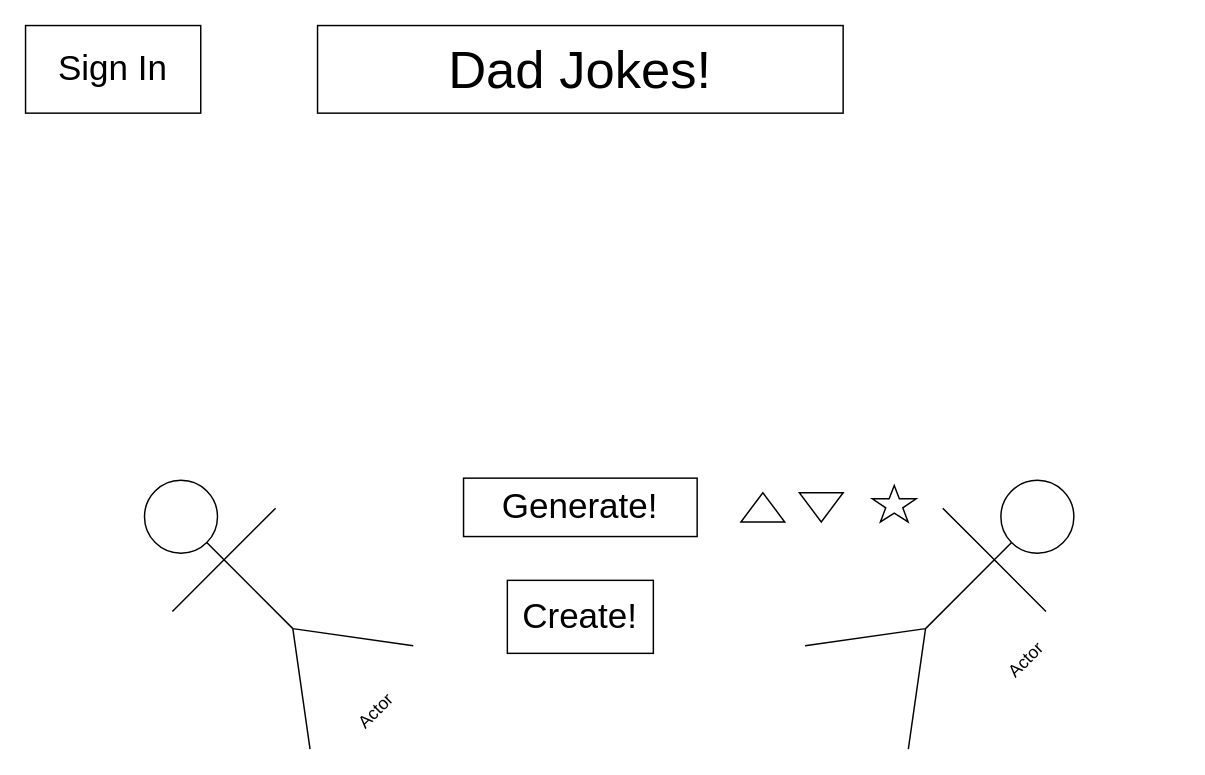
This is P2-Project_Outline/Wireframe Dad Jokes Diagram.drawio from jlin9695/liftoff-assignments, a draw.io file, before an edit. Source tidied: cells renumbered, new cells numbered last; positions are measured from the earlier drawing's top-left corner, leaving out a move shared by most shapes. Both pictures are drawn from the tidied source at 146%, with x=0, y=0 at pixel (25, 25).
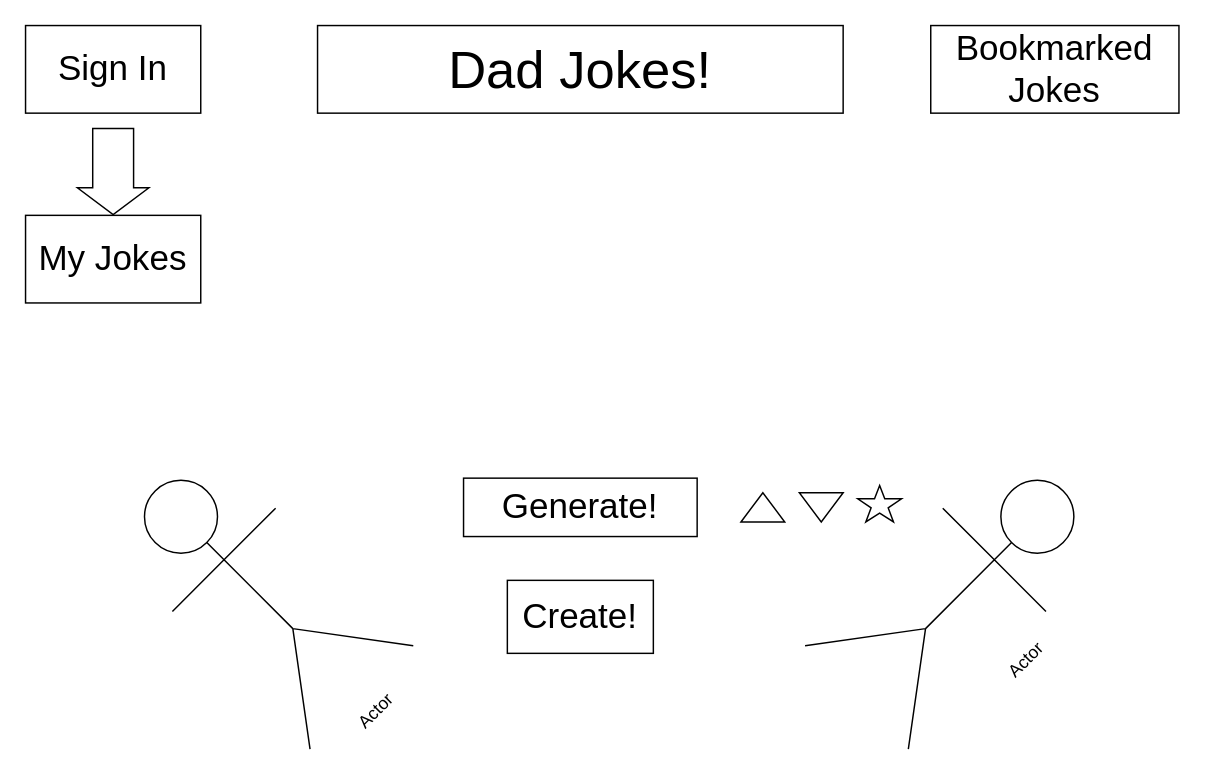
After the change.

The edit, as a diff of the source:
```diff
@@
 <mxGraphModel>
   <root>
     <mxCell id="0" />
     <mxCell id="1" parent="0" />
     <mxCell id="2" value="&lt;font style=&quot;font-size: 24px;&quot;&gt;Generate!&lt;/font&gt;" style="rounded=0;whiteSpace=wrap;html=1;" parent="1" vertex="1">
       <mxGeometry x="300" y="310" width="160" height="40" as="geometry" />
     </mxCell>
     <mxCell id="3" value="&lt;font style=&quot;font-size: 24px;&quot;&gt;Create!&lt;/font&gt;" style="rounded=0;whiteSpace=wrap;html=1;" parent="1" vertex="1">
       <mxGeometry x="330" y="380" width="100" height="50" as="geometry" />
     </mxCell>
     <mxCell id="4" value="&lt;font style=&quot;font-size: 36px;&quot;&gt;Dad Jokes!&lt;br&gt;&lt;/font&gt;" style="rounded=0;whiteSpace=wrap;html=1;" parent="1" vertex="1">
       <mxGeometry x="200" width="360" height="60" as="geometry" />
     </mxCell>
     <mxCell id="5" value="Actor" style="shape=umlActor;verticalLabelPosition=bottom;verticalAlign=top;html=1;rotation=-45;direction=east;" parent="1" vertex="1">
       <mxGeometry x="109.5" y="289.5" width="100" height="200" as="geometry" />
     </mxCell>
     <mxCell id="6" value="&lt;font style=&quot;font-size: 24px;&quot;&gt;Sign In&lt;/font&gt;" style="rounded=0;whiteSpace=wrap;html=1;" parent="1" vertex="1">
       <mxGeometry width="120" height="60" as="geometry" />
     </mxCell>
     <mxCell id="7" value="Actor" style="shape=umlActor;verticalLabelPosition=bottom;verticalAlign=top;html=1;rotation=-45;direction=south;" parent="1" vertex="1">
       <mxGeometry x="540" y="339.5" width="200" height="100" as="geometry" />
     </mxCell>
     <mxCell id="8" style="triangle;whiteSpace=wrap;html=1;direction=north;" parent="1" vertex="1">
       <mxGeometry x="490" y="320" width="30" height="20" as="geometry" />
     </mxCell>
     <mxCell id="9" style="triangle;whiteSpace=wrap;html=1;direction=south;" parent="1" vertex="1">
       <mxGeometry x="530" y="320" width="30" height="20" as="geometry" />
     </mxCell>
     <mxCell id="10" style="verticalLabelPosition=bottom;verticalAlign=top;html=1;shape=mxgraph.basic.star;" parent="1" vertex="1">
-      <mxGeometry x="580" y="315" width="30" height="25" as="geometry" />
+      <mxGeometry x="570" y="315" width="30" height="25" as="geometry" />
     </mxCell>
+    <mxCell id="11" style="shape=flexArrow;endArrow=classic;html=1;rounded=0;width=28;endSize=5.79;" parent="1" edge="1" target="12">
+      <mxGeometry relative="1" as="geometry">
+        <mxPoint x="60" y="70" as="sourcePoint" />
+      </mxGeometry>
+    </mxCell>
+    <mxCell id="12" value="&lt;font style=&quot;font-size: 24px;&quot;&gt;My Jokes&lt;/font&gt;" style="rounded=0;whiteSpace=wrap;html=1;" parent="1" vertex="1">
+      <mxGeometry y="130" width="120" height="60" as="geometry" />
+    </mxCell>
+    <mxCell id="13" value="&lt;font style=&quot;font-size: 24px;&quot;&gt;Bookmarked Jokes&lt;/font&gt;" style="rounded=0;whiteSpace=wrap;html=1;" parent="1" vertex="1">
+      <mxGeometry x="620" width="170" height="60" as="geometry" />
+    </mxCell>
   </root>
 </mxGraphModel>
```
